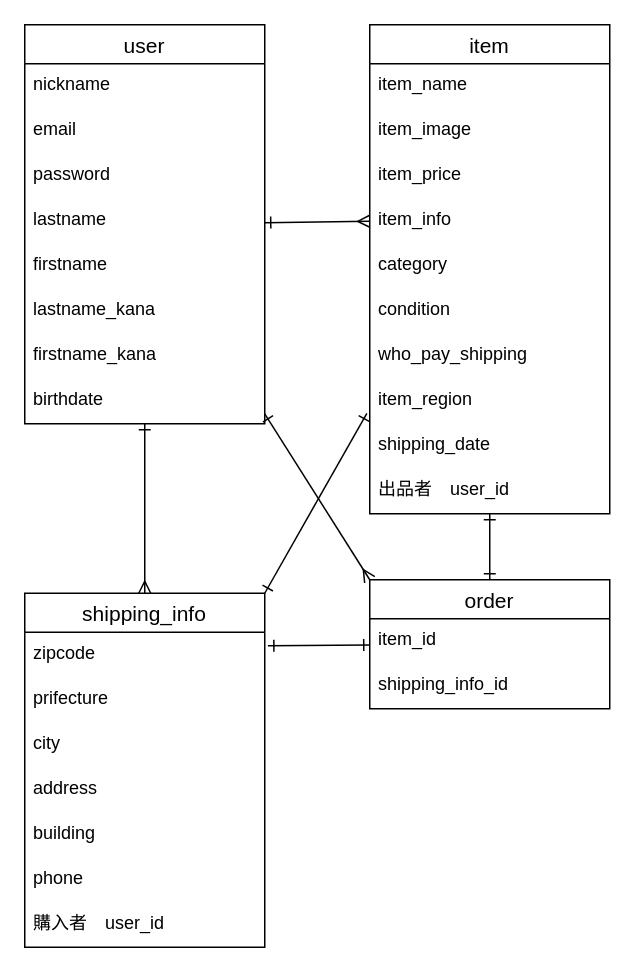
kobayashiasa/furima-37278 keeps this draw.io diagram as frima.dio. Above is the earlier version. Source tidied: cells renumbered, new cells numbered last; positions are measured from the earlier drawing's top-left corner, leaving out a move shared by most shapes. Both pictures are drawn from the tidied source at 150%, with x=0, y=0 at pixel (24, 24).
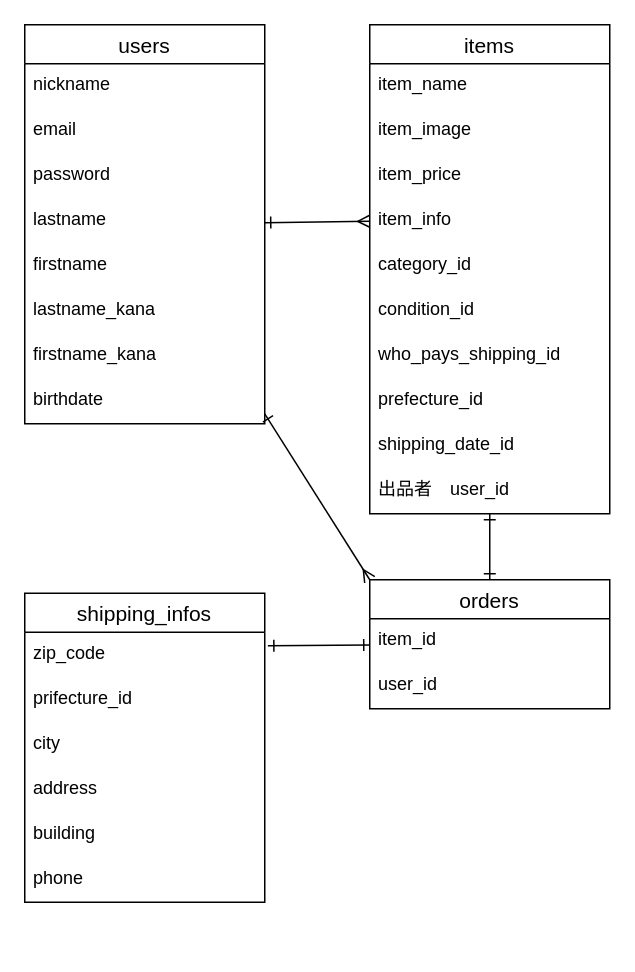
The same diagram, later.

Change to the diagram source:
```diff
@@
-    <mxCell id="2" style="edgeStyle=none;html=1;entryX=0.5;entryY=0;entryDx=0;entryDy=0;startArrow=ERone;startFill=0;endArrow=ERmany;endFill=0;" parent="1" edge="1" source="5" target="27">
-      <mxGeometry relative="1" as="geometry" />
-    </mxCell>
@@
-    <mxCell id="5" value="user" style="swimlane;fontStyle=0;horizontal=1;startSize=26;align=center;fontSize=14;" parent="1" vertex="1">
+    <mxCell id="5" value="users" style="swimlane;fontStyle=0;horizontal=1;startSize=26;align=center;fontSize=14;" parent="1" vertex="1">
       <mxGeometry width="160" height="266" as="geometry" />
     </mxCell>
@@
-    <mxCell id="15" style="edgeStyle=none;html=1;entryX=1;entryY=0;entryDx=0;entryDy=0;startArrow=ERone;startFill=0;endArrow=ERone;endFill=0;exitX=-0.012;exitY=0.767;exitDx=0;exitDy=0;exitPerimeter=0;" parent="1" edge="1" source="24" target="27">
-      <mxGeometry relative="1" as="geometry" />
-    </mxCell>
-    <mxCell id="16" value="item" style="swimlane;fontStyle=0;horizontal=1;startSize=26;align=center;fontSize=14;" parent="1" vertex="1">
+    <mxCell id="16" value="items" style="swimlane;fontStyle=0;horizontal=1;startSize=26;align=center;fontSize=14;" parent="1" vertex="1">
       <mxGeometry x="230" width="160" height="326" as="geometry" />
     </mxCell>
@@
-    <mxCell id="21" value="category" style="text;strokeColor=none;fillColor=none;spacingLeft=4;spacingRight=4;overflow=hidden;fontSize=12;" parent="16" vertex="1">
+    <mxCell id="21" value="category_id" style="text;strokeColor=none;fillColor=none;spacingLeft=4;spacingRight=4;overflow=hidden;fontSize=12;" parent="16" vertex="1">
       <mxGeometry y="146" width="160" height="30" as="geometry" />
     </mxCell>
-    <mxCell id="22" value="condition" style="text;strokeColor=none;fillColor=none;spacingLeft=4;spacingRight=4;overflow=hidden;fontSize=12;" parent="16" vertex="1">
+    <mxCell id="22" value="condition_id" style="text;strokeColor=none;fillColor=none;spacingLeft=4;spacingRight=4;overflow=hidden;fontSize=12;" parent="16" vertex="1">
       <mxGeometry y="176" width="160" height="30" as="geometry" />
     </mxCell>
-    <mxCell id="23" value="who_pay_shipping" style="text;strokeColor=none;fillColor=none;spacingLeft=4;spacingRight=4;overflow=hidden;fontSize=12;" parent="16" vertex="1">
+    <mxCell id="23" value="who_pays_shipping_id" style="text;strokeColor=none;fillColor=none;spacingLeft=4;spacingRight=4;overflow=hidden;fontSize=12;" parent="16" vertex="1">
       <mxGeometry y="206" width="160" height="30" as="geometry" />
     </mxCell>
-    <mxCell id="24" value="item_region" style="text;strokeColor=none;fillColor=none;spacingLeft=4;spacingRight=4;overflow=hidden;points=[[0,0.5],[1,0.5]];portConstraint=eastwest;fontSize=12;" parent="16" vertex="1">
+    <mxCell id="24" value="prefecture_id" style="text;strokeColor=none;fillColor=none;spacingLeft=4;spacingRight=4;overflow=hidden;points=[[0,0.5],[1,0.5]];portConstraint=eastwest;fontSize=12;" parent="16" vertex="1">
       <mxGeometry y="236" width="160" height="30" as="geometry" />
     </mxCell>
-    <mxCell id="25" value="shipping_date" style="text;strokeColor=none;fillColor=none;spacingLeft=4;spacingRight=4;overflow=hidden;fontSize=12;" parent="16" vertex="1">
+    <mxCell id="25" value="shipping_date_id" style="text;strokeColor=none;fillColor=none;spacingLeft=4;spacingRight=4;overflow=hidden;fontSize=12;" parent="16" vertex="1">
       <mxGeometry y="266" width="160" height="30" as="geometry" />
     </mxCell>
@@
-    <mxCell id="27" value="shipping_info" style="swimlane;fontStyle=0;horizontal=1;startSize=26;align=center;fontSize=14;" parent="1" vertex="1">
-      <mxGeometry y="379" width="160" height="236" as="geometry" />
+    <mxCell id="27" value="shipping_infos" style="swimlane;fontStyle=0;horizontal=1;startSize=26;align=center;fontSize=14;" parent="1" vertex="1">
+      <mxGeometry y="379" width="160" height="206" as="geometry" />
     </mxCell>
-    <mxCell id="28" value="zipcode" style="text;strokeColor=none;fillColor=none;spacingLeft=4;spacingRight=4;overflow=hidden;points=[[0,0.5],[1,0.5]];portConstraint=eastwest;fontSize=12;" parent="27" vertex="1">
+    <mxCell id="28" value="zip_code" style="text;strokeColor=none;fillColor=none;spacingLeft=4;spacingRight=4;overflow=hidden;points=[[0,0.5],[1,0.5]];portConstraint=eastwest;fontSize=12;" parent="27" vertex="1">
       <mxGeometry y="26" width="160" height="30" as="geometry" />
     </mxCell>
-    <mxCell id="29" value="prifecture" style="text;strokeColor=none;fillColor=none;spacingLeft=4;spacingRight=4;overflow=hidden;fontSize=12;" parent="27" vertex="1">
+    <mxCell id="29" value="prifecture_id" style="text;strokeColor=none;fillColor=none;spacingLeft=4;spacingRight=4;overflow=hidden;fontSize=12;" parent="27" vertex="1">
       <mxGeometry y="56" width="160" height="30" as="geometry" />
     </mxCell>
@@
-    <mxCell id="34" value="購入者　user_id" style="text;strokeColor=none;fillColor=none;spacingLeft=4;spacingRight=4;overflow=hidden;fontSize=12;" parent="27" vertex="1">
-      <mxGeometry y="206" width="160" height="30" as="geometry" />
-    </mxCell>
@@
-    <mxCell id="36" value="order" style="swimlane;fontStyle=0;horizontal=1;startSize=26;align=center;fontSize=14;" parent="1" vertex="1">
+    <mxCell id="36" value="orders" style="swimlane;fontStyle=0;horizontal=1;startSize=26;align=center;fontSize=14;" parent="1" vertex="1">
       <mxGeometry x="230" y="370" width="160" height="86" as="geometry" />
     </mxCell>
@@
-    <mxCell id="38" value="shipping_info_id" style="text;strokeColor=none;fillColor=none;spacingLeft=4;spacingRight=4;overflow=hidden;fontSize=12;" parent="36" vertex="1">
+    <mxCell id="38" value="user_id" style="text;strokeColor=none;fillColor=none;spacingLeft=4;spacingRight=4;overflow=hidden;fontSize=12;" parent="36" vertex="1">
       <mxGeometry y="56" width="160" height="30" as="geometry" />
     </mxCell>
```
